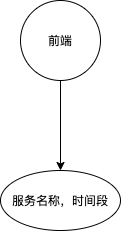
SmallBird6/TuChuang keeps this draw.io diagram as 运维平台监控系统.png. Above is the earlier version. Source tidied: cells renumbered, new cells last; positions are measured from the earlier drawing's top-left corner, leaving out a move shared by most shapes.
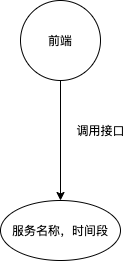
Later version of the same file.

Commit message:
更新运维平台监控系统.png

What changed in the source:
```diff
@@ -6,10 +6,13 @@
       <mxGeometry relative="1" as="geometry" />
     </mxCell>
     <mxCell id="3" value="前端" style="ellipse;whiteSpace=wrap;html=1;" parent="1" vertex="1">
-      <mxGeometry x="20" width="80" height="80" as="geometry" />
+      <mxGeometry x="-100" y="-70" width="80" height="80" as="geometry" />
     </mxCell>
     <mxCell id="4" value="服务名称，时间段" style="ellipse;whiteSpace=wrap;html=1;" parent="1" vertex="1">
-      <mxGeometry y="170" width="120" height="60" as="geometry" />
+      <mxGeometry x="-120" y="130" width="120" height="60" as="geometry" />
     </mxCell>
+    <mxCell id="5" value="调用接口" style="text;html=1;align=center;verticalAlign=middle;strokeColor=none;fillColor=none;" parent="1" vertex="1">
+      <mxGeometry x="-50" y="50" width="60" height="20" as="geometry" />
+    </mxCell>
   </root>
 </mxGraphModel>
```
